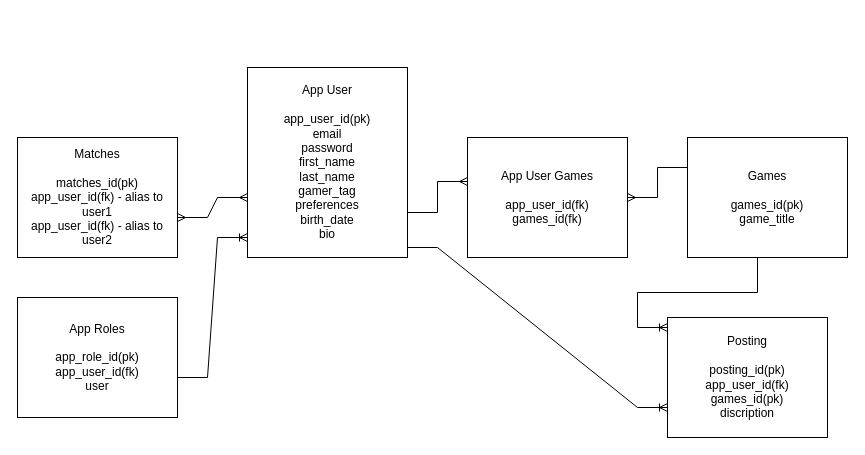
Before: capstone.drawio in JLDeee/capstone, a draw.io diagram. Source tidied: cells renumbered, new cells numbered last; positions are measured from the earlier drawing's top-left corner, leaving out a move shared by most shapes. Both pictures are drawn from the tidied source at 100%, with x=0, y=0 at pixel (17, 57).
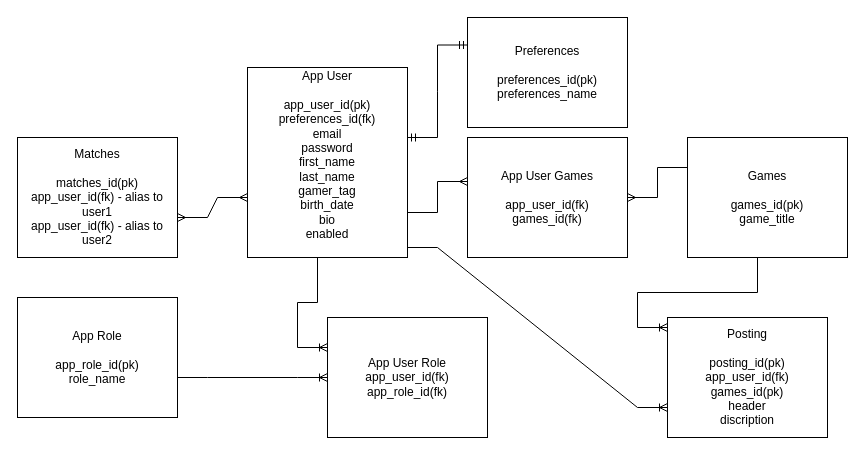
After the change.

Commit message (it also covers changes not shown here):
finished final final version of schema

Diff of the diagram source:
```diff
@@
-    <mxCell id="3" value="App User&lt;br&gt;&lt;br&gt;app_user_id(pk)&lt;br&gt;&lt;div style=&quot;&quot;&gt;email&lt;/div&gt;&lt;div style=&quot;&quot;&gt;password&lt;/div&gt;&lt;div style=&quot;&quot;&gt;&lt;div&gt;first_name&lt;/div&gt;&lt;div&gt;last_name&lt;/div&gt;&lt;div&gt;gamer_tag&lt;/div&gt;&lt;div&gt;preferences&lt;/div&gt;&lt;/div&gt;&lt;div style=&quot;&quot;&gt;birth_date&lt;/div&gt;&lt;div style=&quot;&quot;&gt;bio&lt;/div&gt;" style="rounded=0;whiteSpace=wrap;html=1;align=center;" parent="1" vertex="1">
+    <mxCell id="3" value="App User&lt;br&gt;&lt;br&gt;app_user_id(pk)&lt;br&gt;preferences_id(fk)&lt;br&gt;&lt;div style=&quot;&quot;&gt;email&lt;/div&gt;&lt;div style=&quot;&quot;&gt;password&lt;/div&gt;&lt;div style=&quot;&quot;&gt;&lt;div&gt;first_name&lt;/div&gt;&lt;div&gt;last_name&lt;/div&gt;&lt;div&gt;gamer_tag&lt;/div&gt;&lt;/div&gt;&lt;div style=&quot;&quot;&gt;birth_date&lt;/div&gt;&lt;div style=&quot;&quot;&gt;bio&lt;/div&gt;&lt;div style=&quot;&quot;&gt;enabled&lt;/div&gt;&lt;div style=&quot;&quot;&gt;&lt;br&gt;&lt;/div&gt;" style="rounded=0;whiteSpace=wrap;html=1;align=center;" parent="1" vertex="1">
       <mxGeometry x="230" y="10" width="160" height="190" as="geometry" />
     </mxCell>
@@
-    <mxCell id="8" value="App Roles&lt;br&gt;&lt;br&gt;app_role_id(pk)&lt;br&gt;app_user_id(fk)&lt;br&gt;user" style="rounded=0;whiteSpace=wrap;html=1;" parent="1" vertex="1">
+    <mxCell id="8" value="App Role&lt;br&gt;&lt;br&gt;app_role_id(pk)&lt;br&gt;role_name" style="rounded=0;whiteSpace=wrap;html=1;" parent="1" vertex="1">
       <mxGeometry y="240" width="160" height="120" as="geometry" />
     </mxCell>
-    <mxCell id="9" style="edgeStyle=entityRelationEdgeStyle;fontSize=12;html=1;endArrow=ERoneToMany;rounded=0;" parent="1" edge="1">
+    <mxCell id="9" style="edgeStyle=entityRelationEdgeStyle;fontSize=12;html=1;endArrow=ERoneToMany;rounded=0;" parent="1" edge="1" target="15">
       <mxGeometry relative="1" as="geometry">
         <mxPoint x="160" y="320" as="sourcePoint" />
-        <mxPoint x="230" y="180" as="targetPoint" />
       </mxGeometry>
     </mxCell>
-    <mxCell id="10" value="Posting&lt;br&gt;&lt;br&gt;posting_id(pk)&lt;br&gt;app_user_id(fk)&lt;br&gt;games_id(pk)&lt;br&gt;discription" style="rounded=0;whiteSpace=wrap;html=1;" parent="1" vertex="1">
+    <mxCell id="10" value="Posting&lt;br&gt;&lt;br&gt;posting_id(pk)&lt;br&gt;app_user_id(fk)&lt;br&gt;games_id(pk)&lt;br&gt;header&lt;br&gt;discription" style="rounded=0;whiteSpace=wrap;html=1;" parent="1" vertex="1">
       <mxGeometry x="650" y="260" width="160" height="120" as="geometry" />
     </mxCell>
@@
+    <mxCell id="15" value="App User Role&lt;br&gt;app_user_id(fk)&lt;br&gt;app_role_id(fk)" style="rounded=0;whiteSpace=wrap;html=1;" parent="1" vertex="1">
+      <mxGeometry x="310" y="260" width="160" height="120" as="geometry" />
+    </mxCell>
+    <mxCell id="16" style="edgeStyle=entityRelationEdgeStyle;fontSize=12;html=1;endArrow=ERoneToMany;rounded=0;entryX=0;entryY=0.25;entryDx=0;entryDy=0;exitX=0.25;exitY=1;exitDx=0;exitDy=0;" parent="1" edge="1" source="3" target="15">
+      <mxGeometry relative="1" as="geometry" />
+    </mxCell>
+    <mxCell id="17" value="Preferences&lt;br&gt;&lt;br&gt;preferences_id(pk)&lt;br&gt;preferences_name" style="rounded=0;whiteSpace=wrap;html=1;" parent="1" vertex="1">
+      <mxGeometry x="450" y="-40" width="160" height="110" as="geometry" />
+    </mxCell>
+    <mxCell id="18" style="edgeStyle=entityRelationEdgeStyle;fontSize=12;html=1;endArrow=ERmandOne;startArrow=ERmandOne;rounded=0;entryX=0;entryY=0.25;entryDx=0;entryDy=0;" parent="1" edge="1" target="17">
+      <mxGeometry relative="1" as="geometry">
+        <mxPoint x="390" y="80" as="sourcePoint" />
+      </mxGeometry>
+    </mxCell>
```
